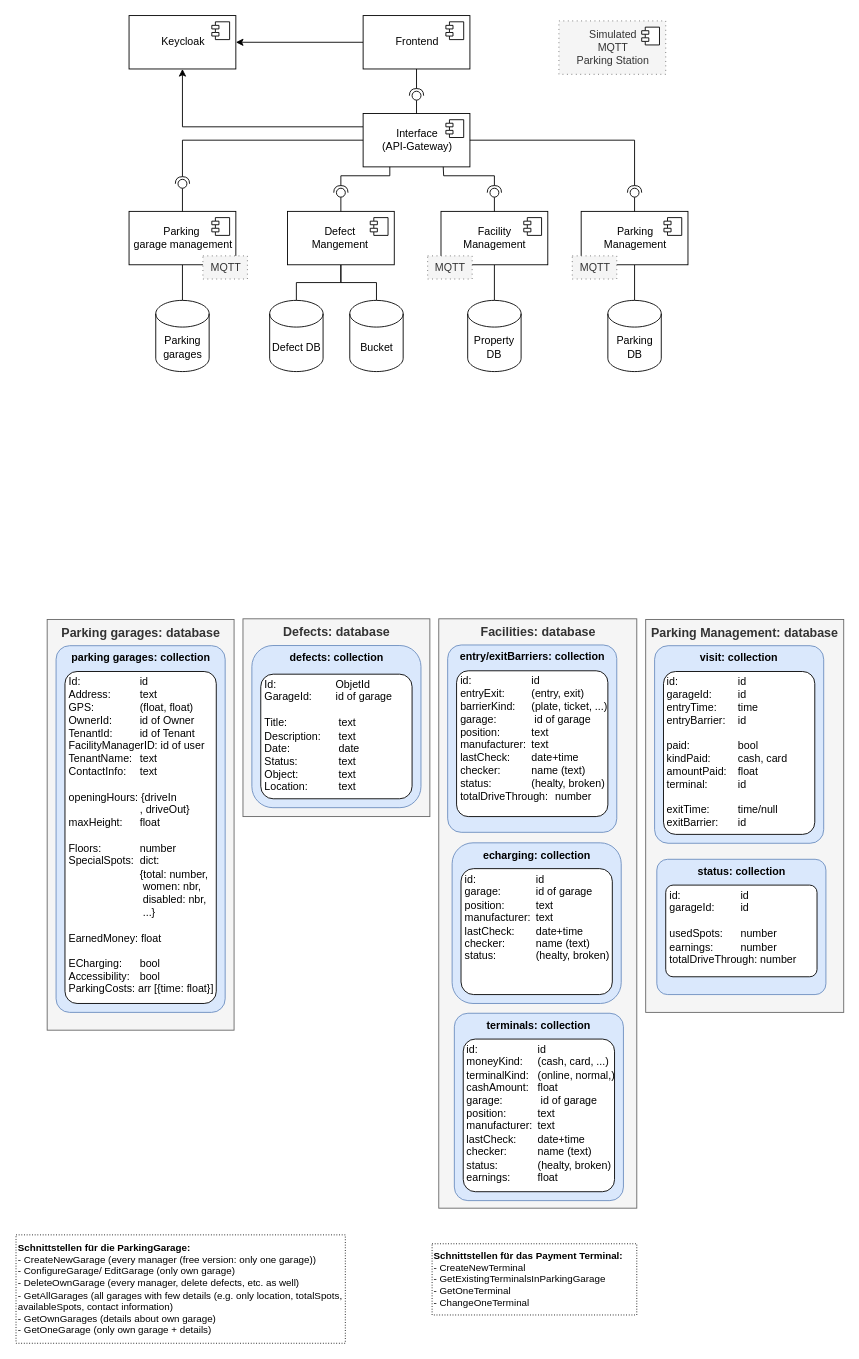
This is page "Architektur" (4 of 8) of docu/parking_management.drawio from msi-cad-vw/.github, a draw.io file, before an edit. Source tidied: cells renumbered, new cells numbered last; positions are measured from the earlier drawing's top-left corner, leaving out a move shared by most shapes. Both pictures are drawn from the tidied source at 89%, with x=0, y=0 at pixel (15, 15).
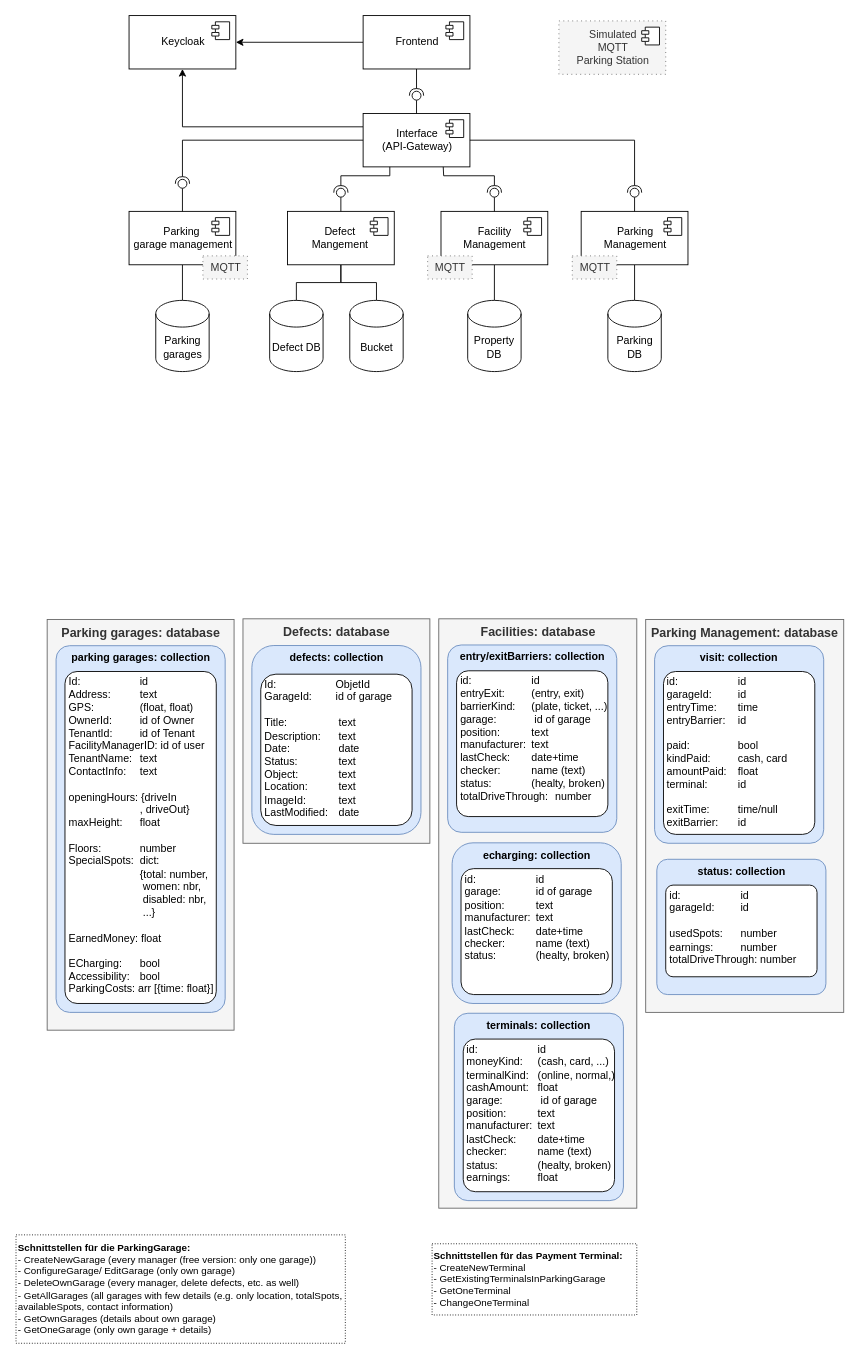
Above is the later version.

Diff of the diagram source:
```diff
@@
     <mxCell id="57" value="&lt;b&gt;&lt;font style=&quot;font-size: 14px;&quot;&gt;Defects: database&lt;/font&gt;&lt;/b&gt;" style="rounded=0;whiteSpace=wrap;html=1;verticalAlign=top;fillColor=#f5f5f5;strokeColor=#666666;fontColor=#333333;" parent="1" vertex="1">
-      <mxGeometry x="255.5" y="677.8" width="210" height="222.2" as="geometry" />
+      <mxGeometry x="255.5" y="677.8" width="210" height="252.2" as="geometry" />
     </mxCell>
     <mxCell id="58" value="defects: collection" style="rounded=1;whiteSpace=wrap;html=1;verticalAlign=top;arcSize=13;fontStyle=1;fillColor=#dae8fc;strokeColor=#6c8ebf;" parent="1" vertex="1">
-      <mxGeometry x="265.5" y="707.8" width="190" height="182.2" as="geometry" />
+      <mxGeometry x="265.5" y="707.8" width="190" height="212.2" as="geometry" />
     </mxCell>
-    <mxCell id="59" value="&lt;div style=&quot;text-align: center;&quot;&gt;&lt;/div&gt;Id: &lt;span style=&quot;white-space: pre;&quot;&gt;&#9;&lt;/span&gt;&lt;span style=&quot;white-space: pre;&quot;&gt;&#9;&lt;span style=&quot;white-space: pre;&quot;&gt;&#9;&lt;/span&gt;&lt;/span&gt;ObjetId&lt;br&gt;GarageId:&lt;span style=&quot;white-space: pre;&quot;&gt;&#9;&lt;/span&gt;id of garage&lt;span style=&quot;white-space: pre;&quot;&gt;&#9;&lt;/span&gt;&lt;br&gt;&lt;br&gt;Title:&amp;nbsp;&lt;span style=&quot;white-space: pre;&quot;&gt;&#9;&lt;span style=&quot;white-space: pre;&quot;&gt;&#9;&lt;/span&gt;&lt;/span&gt;&amp;nbsp;text&lt;br&gt;Description:&lt;span style=&quot;white-space: pre;&quot;&gt;&lt;span style=&quot;white-space: pre;&quot;&gt;&#9;&lt;/span&gt; &lt;/span&gt;text&lt;br&gt;Date: &lt;span style=&quot;white-space: pre;&quot;&gt;&#9;&lt;/span&gt;&lt;span style=&quot;white-space: pre;&quot;&gt;&#9;&lt;/span&gt;&amp;nbsp;date&lt;br&gt;Status:&amp;nbsp;&amp;nbsp;&lt;span style=&quot;white-space: pre;&quot;&gt;&#9;&lt;/span&gt;&lt;span style=&quot;white-space: pre;&quot;&gt;&#9;&lt;/span&gt;&amp;nbsp;text&lt;br&gt;Object:&lt;span style=&quot;white-space: pre;&quot;&gt;&#9;&lt;/span&gt;&lt;span style=&quot;white-space: pre;&quot;&gt;&#9;&lt;/span&gt;&amp;nbsp;text&lt;br&gt;Location:&lt;span style=&quot;white-space: pre;&quot;&gt;&#9;&lt;/span&gt;&lt;span style=&quot;white-space: pre;&quot;&gt;&#9;&lt;/span&gt;&amp;nbsp;text" style="rounded=1;whiteSpace=wrap;html=1;verticalAlign=top;align=left;spacingLeft=4;spacing=0;spacingTop=0;arcSize=10;" parent="1" vertex="1">
-      <mxGeometry x="275.5" y="740" width="170" height="140" as="geometry" />
+    <mxCell id="59" value="&lt;div style=&quot;text-align: center;&quot;&gt;&lt;/div&gt;Id: &lt;span style=&quot;white-space: pre;&quot;&gt;&#9;&lt;/span&gt;&lt;span style=&quot;white-space: pre;&quot;&gt;&#9;&lt;span style=&quot;white-space: pre;&quot;&gt;&#9;&lt;/span&gt;&lt;/span&gt;ObjetId&lt;br&gt;GarageId:&lt;span style=&quot;white-space: pre;&quot;&gt;&#9;&lt;/span&gt;id of garage&lt;span style=&quot;white-space: pre;&quot;&gt;&#9;&lt;/span&gt;&lt;br&gt;&lt;br&gt;Title:&amp;nbsp;&lt;span style=&quot;white-space: pre;&quot;&gt;&#9;&lt;span style=&quot;white-space: pre;&quot;&gt;&#9;&lt;/span&gt;&lt;/span&gt;&amp;nbsp;text&lt;br&gt;Description:&lt;span style=&quot;white-space: pre;&quot;&gt;&lt;span style=&quot;white-space: pre;&quot;&gt;&#9;&lt;/span&gt; &lt;/span&gt;text&lt;br&gt;Date: &lt;span style=&quot;white-space: pre;&quot;&gt;&#9;&lt;/span&gt;&lt;span style=&quot;white-space: pre;&quot;&gt;&#9;&lt;/span&gt;&amp;nbsp;date&lt;br&gt;Status:&amp;nbsp;&amp;nbsp;&lt;span style=&quot;white-space: pre;&quot;&gt;&#9;&lt;/span&gt;&lt;span style=&quot;white-space: pre;&quot;&gt;&#9;&lt;/span&gt;&amp;nbsp;text&lt;br&gt;Object:&lt;span style=&quot;white-space: pre;&quot;&gt;&#9;&lt;/span&gt;&lt;span style=&quot;white-space: pre;&quot;&gt;&#9;&lt;/span&gt;&amp;nbsp;text&lt;br&gt;Location:&lt;span style=&quot;white-space: pre;&quot;&gt;&#9;&lt;/span&gt;&lt;span style=&quot;white-space: pre;&quot;&gt;&#9;&lt;/span&gt;&amp;nbsp;text&lt;div&gt;ImageId:&lt;span style=&quot;white-space: pre;&quot;&gt;&#9;&lt;/span&gt;&lt;span style=&quot;white-space: pre;&quot;&gt;&#9;&lt;/span&gt;&amp;nbsp;text&lt;/div&gt;&lt;div&gt;LastModified:&lt;span style=&quot;white-space: pre;&quot;&gt;&#9;&lt;/span&gt;&amp;nbsp;date&lt;/div&gt;" style="rounded=1;whiteSpace=wrap;html=1;verticalAlign=top;align=left;spacingLeft=4;spacing=0;spacingTop=0;arcSize=10;" parent="1" vertex="1">
+      <mxGeometry x="275.5" y="740" width="170" height="170" as="geometry" />
     </mxCell>
```
